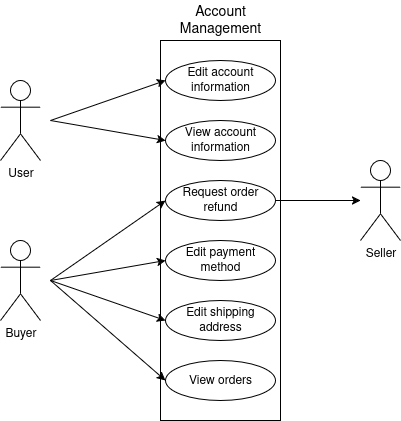
Above: SRS Documents/User Story Diagrams/Use Case Diagram - 9.png in TagReaper/CSE-4214-03-Lab-Project (draw.io), before the change. Source tidied: cells renumbered, new cells last; positions are measured from the earlier drawing's top-left corner, leaving out a move shared by most shapes.
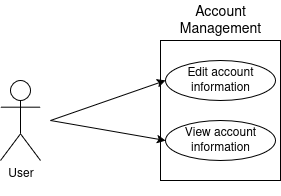
Later version of the same file.

The edit, as a diff of the source:
```diff
@@ -3,7 +3,7 @@
     <mxCell id="0" />
     <mxCell id="1" parent="0" />
     <mxCell id="2" style="rounded=0;whiteSpace=wrap;html=1;" parent="1" vertex="1">
-      <mxGeometry x="160" y="40" width="120" height="380" as="geometry" />
+      <mxGeometry x="160" y="40" width="120" height="140" as="geometry" />
     </mxCell>
     <mxCell id="3" value="&lt;font style=&quot;font-size: 14px;&quot;&gt;Account Management&lt;/font&gt;" style="text;html=1;align=center;verticalAlign=middle;whiteSpace=wrap;rounded=0;" parent="1" vertex="1">
       <mxGeometry x="160" width="120" height="40" as="geometry" />
@@ -11,47 +11,9 @@
     <mxCell id="4" value="Edit account information" style="ellipse;whiteSpace=wrap;html=1;" parent="1" vertex="1">
       <mxGeometry x="165" y="60" width="110" height="40" as="geometry" />
     </mxCell>
-    <mxCell id="5" value="Edit payment method" style="ellipse;whiteSpace=wrap;html=1;" parent="1" vertex="1">
-      <mxGeometry x="165" y="240" width="110" height="40" as="geometry" />
-    </mxCell>
-    <mxCell id="6" value="Edit shipping address" style="ellipse;whiteSpace=wrap;html=1;" parent="1" vertex="1">
-      <mxGeometry x="165" y="300" width="110" height="40" as="geometry" />
-    </mxCell>
-    <mxCell id="7" value="View orders" style="ellipse;whiteSpace=wrap;html=1;" parent="1" vertex="1">
-      <mxGeometry x="165" y="360" width="110" height="40" as="geometry" />
-    </mxCell>
     <mxCell id="8" value="View account information" style="ellipse;whiteSpace=wrap;html=1;" parent="1" vertex="1">
       <mxGeometry x="165" y="120" width="110" height="40" as="geometry" />
     </mxCell>
-    <mxCell id="9" style="edgeStyle=none;shape=connector;rounded=0;jettySize=auto;html=1;exitX=1;exitY=0.5;exitDx=0;exitDy=0;strokeColor=default;align=center;verticalAlign=middle;fontFamily=Helvetica;fontSize=11;fontColor=default;labelBackgroundColor=default;endArrow=classic;" parent="1" edge="1" source="10" target="19">
-      <mxGeometry relative="1" as="geometry" />
-    </mxCell>
-    <mxCell id="10" value="Request order refund" style="ellipse;whiteSpace=wrap;html=1;" parent="1" vertex="1">
-      <mxGeometry x="165" y="180" width="110" height="40" as="geometry" />
-    </mxCell>
-    <mxCell id="11" style="edgeStyle=none;shape=connector;rounded=0;jettySize=auto;html=1;entryX=0;entryY=0.5;entryDx=0;entryDy=0;strokeColor=default;align=center;verticalAlign=middle;fontFamily=Helvetica;fontSize=11;fontColor=default;labelBackgroundColor=default;endArrow=classic;" parent="1" edge="1" target="5">
-      <mxGeometry relative="1" as="geometry">
-        <mxPoint x="50" y="280" as="sourcePoint" />
-      </mxGeometry>
-    </mxCell>
-    <mxCell id="12" style="edgeStyle=none;shape=connector;rounded=0;jettySize=auto;html=1;entryX=0;entryY=0.5;entryDx=0;entryDy=0;strokeColor=default;align=center;verticalAlign=middle;fontFamily=Helvetica;fontSize=11;fontColor=default;labelBackgroundColor=default;endArrow=classic;" parent="1" edge="1" target="6">
-      <mxGeometry relative="1" as="geometry">
-        <mxPoint x="50" y="280" as="sourcePoint" />
-      </mxGeometry>
-    </mxCell>
-    <mxCell id="13" style="edgeStyle=none;shape=connector;rounded=0;jettySize=auto;html=1;entryX=0;entryY=0.5;entryDx=0;entryDy=0;strokeColor=default;align=center;verticalAlign=middle;fontFamily=Helvetica;fontSize=11;fontColor=default;labelBackgroundColor=default;endArrow=classic;" parent="1" edge="1" target="7">
-      <mxGeometry relative="1" as="geometry">
-        <mxPoint x="50" y="280" as="sourcePoint" />
-      </mxGeometry>
-    </mxCell>
-    <mxCell id="14" style="edgeStyle=none;shape=connector;rounded=0;jettySize=auto;html=1;entryX=0;entryY=0.5;entryDx=0;entryDy=0;strokeColor=default;align=center;verticalAlign=middle;fontFamily=Helvetica;fontSize=11;fontColor=default;labelBackgroundColor=default;endArrow=classic;" parent="1" edge="1" target="10">
-      <mxGeometry relative="1" as="geometry">
-        <mxPoint x="50" y="280" as="sourcePoint" />
-      </mxGeometry>
-    </mxCell>
-    <mxCell id="15" value="Buyer" style="shape=umlActor;verticalLabelPosition=bottom;verticalAlign=top;html=1;" parent="1" vertex="1">
-      <mxGeometry y="240" width="40" height="80" as="geometry" />
-    </mxCell>
     <mxCell id="16" style="edgeStyle=none;shape=connector;rounded=0;jettySize=auto;html=1;entryX=0;entryY=0.5;entryDx=0;entryDy=0;strokeColor=default;align=center;verticalAlign=middle;fontFamily=Helvetica;fontSize=11;fontColor=default;labelBackgroundColor=default;endArrow=classic;" parent="1" edge="1" target="4">
       <mxGeometry relative="1" as="geometry">
         <mxPoint x="50" y="120" as="sourcePoint" />
@@ -65,8 +27,8 @@
         <mxPoint x="50" y="120" as="sourcePoint" />
       </mxGeometry>
     </mxCell>
-    <mxCell id="19" value="Seller" style="shape=umlActor;verticalLabelPosition=bottom;verticalAlign=top;html=1;outlineConnect=0;" parent="1" vertex="1">
-      <mxGeometry x="360" y="160" width="40" height="80" as="geometry" />
-    </mxCell>
+    <mxCell id="20" style="edgeStyle=orthogonalEdgeStyle;rounded=0;orthogonalLoop=1;jettySize=auto;html=1;exitX=0.5;exitY=1;exitDx=0;exitDy=0;" parent="1" edge="1" source="2" target="2">
+      <mxGeometry relative="1" as="geometry" />
+    </mxCell>
   </root>
 </mxGraphModel>
```
